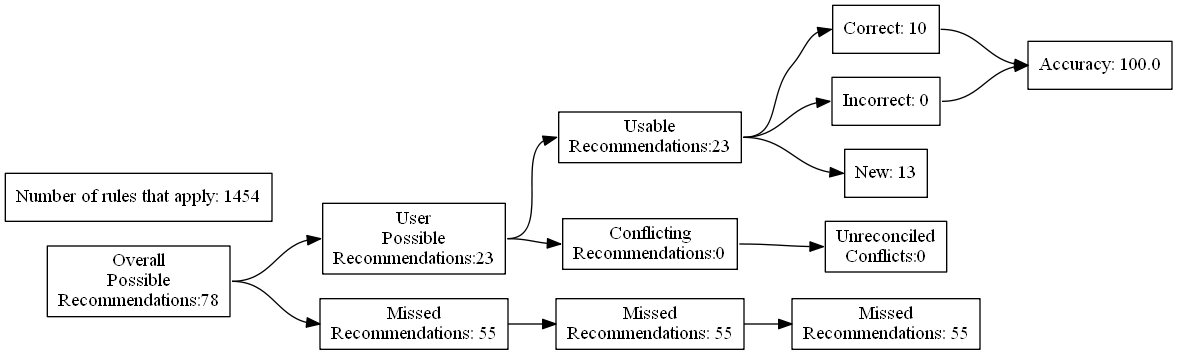
Above: test_renders/76.gv.png in ZaxR/ibd_diet_analysis (Graphviz), before the change. Its source is kept beside it as test_renders/76.gv.
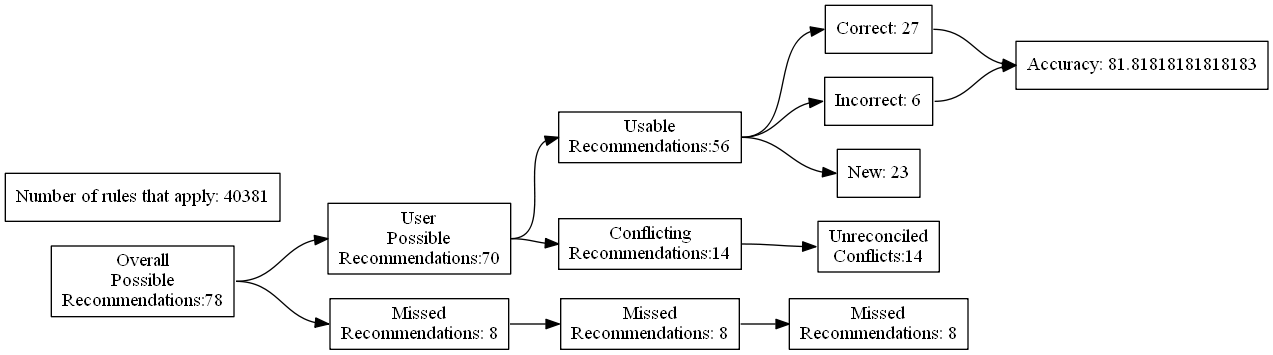
Later version of the same file.

Diff of the diagram source:
```diff
@@ -7,24 +7,24 @@
 Recommendations:78"]
 		B [label="User
 Possible
-Recommendations:23"]
+Recommendations:70"]
 		C [label="Missed
-Recommendations: 55"]
+Recommendations: 8"]
 		D [label="Usable
-Recommendations:23"]
+Recommendations:56"]
 		E [label="Conflicting
-Recommendations:0"]
+Recommendations:14"]
 		J [label="Missed
-Recommendations: 55"]
+Recommendations: 8"]
 		M [label="Unreconciled
-Conflicts:0"]
-		F [label="Correct: 10"]
-		G [label="Incorrect: 0"]
-		H [label="New: 13"]
+Conflicts:14"]
+		F [label="Correct: 27"]
+		G [label="Incorrect: 6"]
+		H [label="New: 23"]
 		K [label="Missed
-Recommendations: 55"]
-		I [label="Accuracy: 100.0"]
-		l [label="Number of rules that apply: 1454"]
+Recommendations: 8"]
+		I [label="Accuracy: 81.81818181818183"]
+		l [label="Number of rules that apply: 40381"]
 			A -> B
 			A -> C
 			B -> D
```
